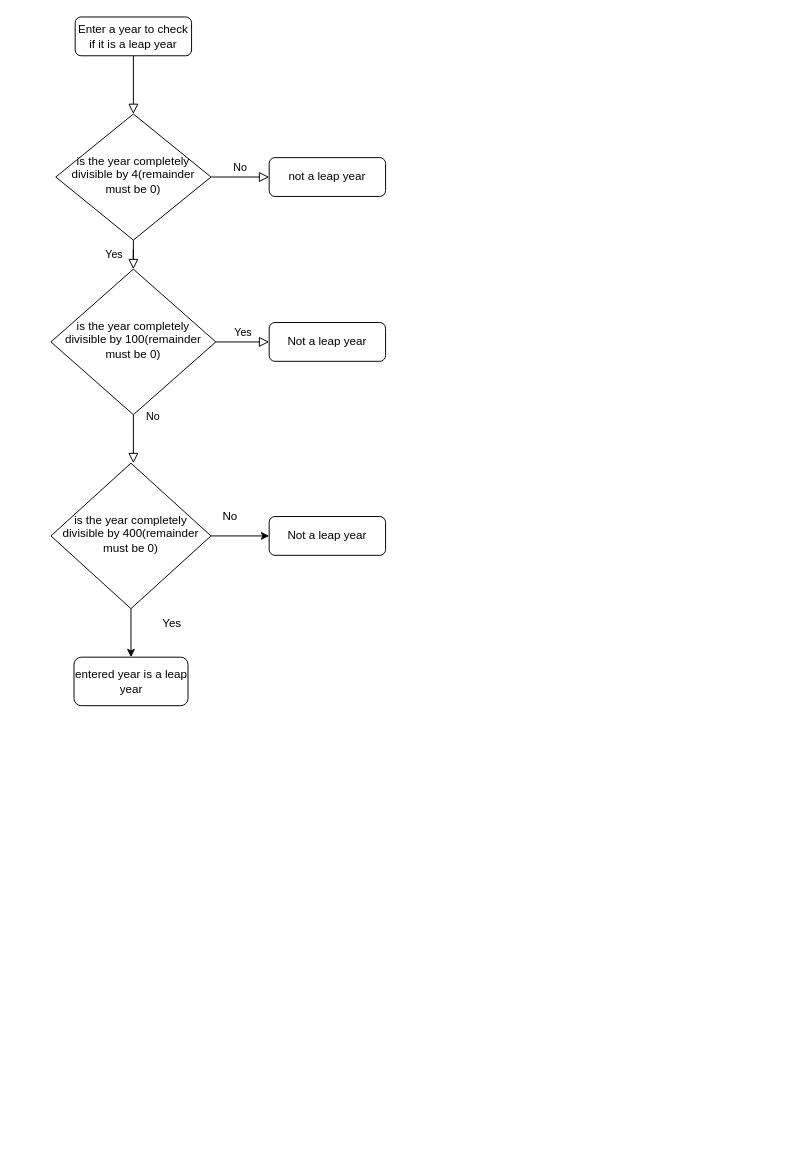
The draw.io diagram Untitled Diagram.drawio in AbhishekMitra-AIT/flowcharts, before the edit. Source tidied: cells renumbered, new cells numbered last; positions are measured from the earlier drawing's top-left corner, leaving out a move shared by most shapes. Both pictures are drawn from the tidied source at 97%, with x=0, y=0 at pixel (50, 16).
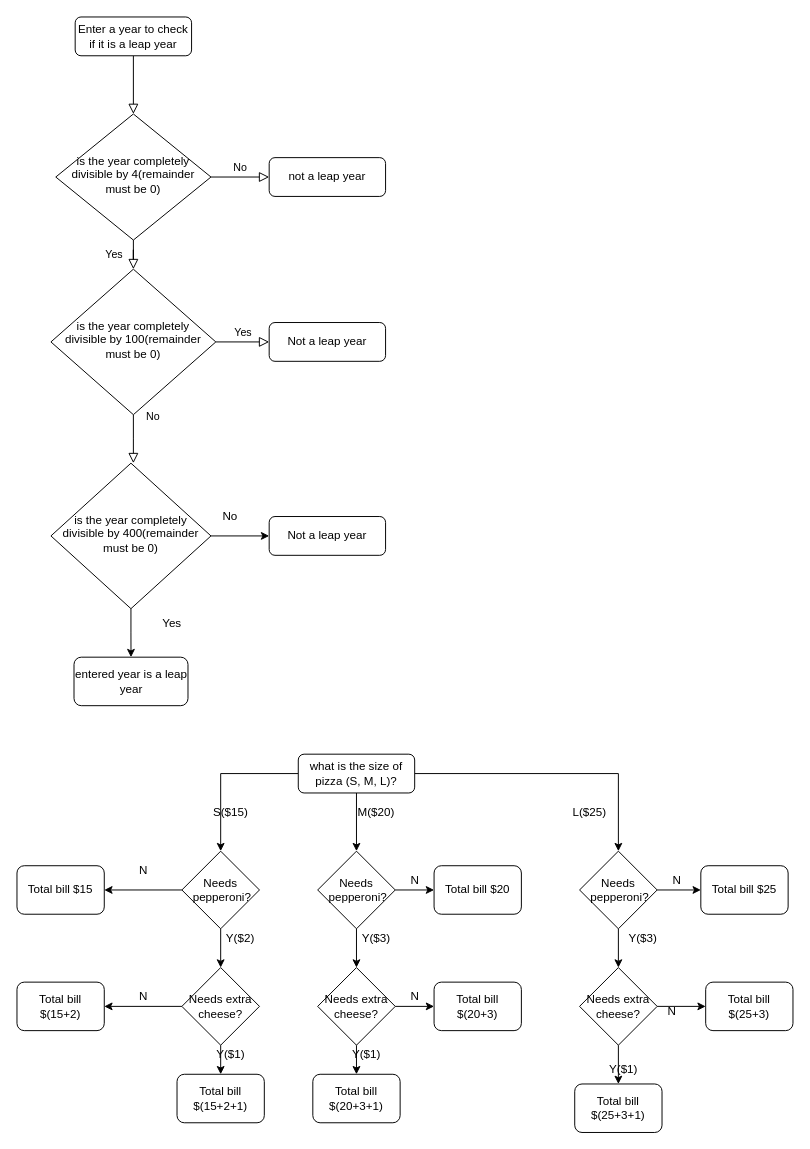
Above is the later version.

The edit, as a diff of the source:
```diff
@@
+    <mxCell id="19" style="edgeStyle=orthogonalEdgeStyle;rounded=0;jettySize=auto;html=1;exitX=0.5;exitY=1;exitDx=0;exitDy=0;entryX=0.5;entryY=0;entryDx=0;entryDy=0;" parent="1" edge="1" source="22" target="25">
+      <mxGeometry relative="1" as="geometry" />
+    </mxCell>
+    <mxCell id="20" style="edgeStyle=orthogonalEdgeStyle;rounded=0;jettySize=auto;html=1;exitX=1;exitY=0.5;exitDx=0;exitDy=0;entryX=0.5;entryY=0;entryDx=0;entryDy=0;" parent="1" edge="1" source="22" target="27">
+      <mxGeometry relative="1" as="geometry" />
+    </mxCell>
+    <mxCell id="21" style="edgeStyle=orthogonalEdgeStyle;rounded=0;jettySize=auto;html=1;exitX=0;exitY=0.5;exitDx=0;exitDy=0;entryX=0.5;entryY=0;entryDx=0;entryDy=0;" parent="1" edge="1" source="22" target="30">
+      <mxGeometry relative="1" as="geometry" />
+    </mxCell>
+    <mxCell id="22" value="what is the size of pizza (S, M, L)?" style="rounded=1;whiteSpace=wrap;html=1;" parent="1" vertex="1">
+      <mxGeometry x="255" y="760" width="120" height="40" as="geometry" />
+    </mxCell>
+    <mxCell id="23" style="edgeStyle=orthogonalEdgeStyle;rounded=0;jettySize=auto;html=1;exitX=1;exitY=0.5;exitDx=0;exitDy=0;" parent="1" edge="1" source="25" target="44">
+      <mxGeometry relative="1" as="geometry" />
+    </mxCell>
+    <mxCell id="24" style="edgeStyle=orthogonalEdgeStyle;rounded=0;jettySize=auto;html=1;exitX=0.5;exitY=1;exitDx=0;exitDy=0;entryX=0.5;entryY=0;entryDx=0;entryDy=0;" parent="1" edge="1" source="25" target="48">
+      <mxGeometry relative="1" as="geometry" />
+    </mxCell>
+    <mxCell id="25" value="Needs &amp;nbsp;pepperoni?" style="rhombus;whiteSpace=wrap;html=1;" parent="1" vertex="1">
+      <mxGeometry x="275" y="860" width="80" height="80" as="geometry" />
+    </mxCell>
+    <mxCell id="26" style="edgeStyle=orthogonalEdgeStyle;rounded=0;jettySize=auto;html=1;exitX=0.5;exitY=1;exitDx=0;exitDy=0;entryX=0.5;entryY=0;entryDx=0;entryDy=0;" parent="1" edge="1" source="27" target="56">
+      <mxGeometry relative="1" as="geometry" />
+    </mxCell>
+    <mxCell id="27" value="Needs &amp;nbsp;pepperoni?" style="rhombus;whiteSpace=wrap;html=1;" parent="1" vertex="1">
+      <mxGeometry x="545" y="860" width="80" height="80" as="geometry" />
+    </mxCell>
+    <mxCell id="28" style="edgeStyle=orthogonalEdgeStyle;rounded=0;jettySize=auto;html=1;exitX=0.5;exitY=1;exitDx=0;exitDy=0;entryX=0.5;entryY=0;entryDx=0;entryDy=0;" parent="1" edge="1" source="30" target="33">
+      <mxGeometry relative="1" as="geometry" />
+    </mxCell>
+    <mxCell id="29" style="edgeStyle=orthogonalEdgeStyle;rounded=0;jettySize=auto;html=1;exitX=0;exitY=0.5;exitDx=0;exitDy=0;entryX=1;entryY=0.5;entryDx=0;entryDy=0;" parent="1" edge="1" source="30" target="34">
+      <mxGeometry relative="1" as="geometry" />
+    </mxCell>
+    <mxCell id="30" value="Needs &amp;nbsp;pepperoni?" style="rhombus;whiteSpace=wrap;html=1;" parent="1" vertex="1">
+      <mxGeometry x="135" y="860" width="80" height="80" as="geometry" />
+    </mxCell>
+    <mxCell id="31" style="edgeStyle=orthogonalEdgeStyle;rounded=0;jettySize=auto;html=1;exitX=0;exitY=0.5;exitDx=0;exitDy=0;entryX=1;entryY=0.5;entryDx=0;entryDy=0;" parent="1" edge="1" source="33" target="40">
+      <mxGeometry relative="1" as="geometry" />
+    </mxCell>
+    <mxCell id="32" style="edgeStyle=orthogonalEdgeStyle;rounded=0;jettySize=auto;html=1;exitX=0.5;exitY=1;exitDx=0;exitDy=0;entryX=0.5;entryY=0;entryDx=0;entryDy=0;" parent="1" edge="1" source="33" target="42">
+      <mxGeometry relative="1" as="geometry" />
+    </mxCell>
+    <mxCell id="33" value="Needs extra cheese?" style="rhombus;whiteSpace=wrap;html=1;" parent="1" vertex="1">
+      <mxGeometry x="135" y="980" width="80" height="80" as="geometry" />
+    </mxCell>
+    <mxCell id="34" value="Total bill $15" style="rounded=1;whiteSpace=wrap;html=1;" parent="1" vertex="1">
+      <mxGeometry x="-35" y="875" width="90" height="50" as="geometry" />
+    </mxCell>
+    <mxCell id="35" value="N" style="text;html=1;align=center;verticalAlign=middle;strokeColor=none;fillColor=none;" parent="1" vertex="1">
+      <mxGeometry x="80" y="865" width="30" height="30" as="geometry" />
+    </mxCell>
+    <mxCell id="36" value="Y($2)" style="text;html=1;align=center;verticalAlign=middle;strokeColor=none;fillColor=none;" parent="1" vertex="1">
+      <mxGeometry x="170" y="935" width="50" height="30" as="geometry" />
+    </mxCell>
+    <mxCell id="37" value="S($15)" style="text;html=1;align=center;verticalAlign=middle;strokeColor=none;fillColor=none;" parent="1" vertex="1">
+      <mxGeometry x="155" y="805" width="60" height="30" as="geometry" />
+    </mxCell>
+    <mxCell id="38" value="M($20)" style="text;html=1;align=center;verticalAlign=middle;strokeColor=none;fillColor=none;" parent="1" vertex="1">
+      <mxGeometry x="305" y="805" width="60" height="30" as="geometry" />
+    </mxCell>
+    <mxCell id="39" value="L($25)" style="text;html=1;align=center;verticalAlign=middle;strokeColor=none;fillColor=none;" parent="1" vertex="1">
+      <mxGeometry x="525" y="805" width="60" height="30" as="geometry" />
+    </mxCell>
+    <mxCell id="40" value="Total bill $(15+2)" style="rounded=1;whiteSpace=wrap;html=1;" parent="1" vertex="1">
+      <mxGeometry x="-35" y="995" width="90" height="50" as="geometry" />
+    </mxCell>
+    <mxCell id="41" value="N" style="text;html=1;align=center;verticalAlign=middle;strokeColor=none;fillColor=none;" parent="1" vertex="1">
+      <mxGeometry x="80" y="995" width="30" height="30" as="geometry" />
+    </mxCell>
+    <mxCell id="42" value="Total bill $(15+2+1)" style="rounded=1;whiteSpace=wrap;html=1;" parent="1" vertex="1">
+      <mxGeometry x="130" y="1090" width="90" height="50" as="geometry" />
+    </mxCell>
+    <mxCell id="43" value="Y($1)" style="text;html=1;align=center;verticalAlign=middle;strokeColor=none;fillColor=none;" parent="1" vertex="1">
+      <mxGeometry x="160" y="1055" width="50" height="30" as="geometry" />
+    </mxCell>
+    <mxCell id="44" value="Total bill $20" style="rounded=1;whiteSpace=wrap;html=1;" parent="1" vertex="1">
+      <mxGeometry x="395" y="875" width="90" height="50" as="geometry" />
+    </mxCell>
+    <mxCell id="45" value="N" style="text;html=1;align=center;verticalAlign=middle;strokeColor=none;fillColor=none;" parent="1" vertex="1">
+      <mxGeometry x="360" y="875" width="30" height="30" as="geometry" />
+    </mxCell>
+    <mxCell id="46" style="edgeStyle=orthogonalEdgeStyle;rounded=0;jettySize=auto;html=1;exitX=0.5;exitY=1;exitDx=0;exitDy=0;entryX=0.5;entryY=0;entryDx=0;entryDy=0;" parent="1" edge="1" source="48" target="51">
+      <mxGeometry relative="1" as="geometry" />
+    </mxCell>
+    <mxCell id="47" style="edgeStyle=orthogonalEdgeStyle;rounded=0;jettySize=auto;html=1;exitX=1;exitY=0.5;exitDx=0;exitDy=0;entryX=0;entryY=0.5;entryDx=0;entryDy=0;" parent="1" edge="1" source="48" target="49">
+      <mxGeometry relative="1" as="geometry" />
+    </mxCell>
+    <mxCell id="48" value="Needs extra cheese?" style="rhombus;whiteSpace=wrap;html=1;" parent="1" vertex="1">
+      <mxGeometry x="275" y="980" width="80" height="80" as="geometry" />
+    </mxCell>
+    <mxCell id="49" value="Total bill $(20+3)" style="rounded=1;whiteSpace=wrap;html=1;" parent="1" vertex="1">
+      <mxGeometry x="395" y="995" width="90" height="50" as="geometry" />
+    </mxCell>
+    <mxCell id="50" value="N" style="text;html=1;align=center;verticalAlign=middle;strokeColor=none;fillColor=none;" parent="1" vertex="1">
+      <mxGeometry x="360" y="995" width="30" height="30" as="geometry" />
+    </mxCell>
+    <mxCell id="51" value="Total bill $(20+3+1)" style="rounded=1;whiteSpace=wrap;html=1;" parent="1" vertex="1">
+      <mxGeometry x="270" y="1090" width="90" height="50" as="geometry" />
+    </mxCell>
+    <mxCell id="52" value="Y($1)" style="text;html=1;align=center;verticalAlign=middle;strokeColor=none;fillColor=none;" parent="1" vertex="1">
+      <mxGeometry x="300" y="1055" width="50" height="30" as="geometry" />
+    </mxCell>
+    <mxCell id="53" value="Y($3)" style="text;html=1;align=center;verticalAlign=middle;strokeColor=none;fillColor=none;" parent="1" vertex="1">
+      <mxGeometry x="310" y="935" width="50" height="30" as="geometry" />
+    </mxCell>
+    <mxCell id="54" style="edgeStyle=orthogonalEdgeStyle;rounded=0;jettySize=auto;html=1;exitX=0.5;exitY=1;exitDx=0;exitDy=0;entryX=0.5;entryY=0;entryDx=0;entryDy=0;" parent="1" edge="1" source="56" target="59">
+      <mxGeometry relative="1" as="geometry" />
+    </mxCell>
+    <mxCell id="55" style="edgeStyle=orthogonalEdgeStyle;rounded=0;jettySize=auto;html=1;exitX=1;exitY=0.5;exitDx=0;exitDy=0;entryX=0;entryY=0.5;entryDx=0;entryDy=0;" parent="1" edge="1" source="56" target="57">
+      <mxGeometry relative="1" as="geometry" />
+    </mxCell>
+    <mxCell id="56" value="Needs extra cheese?" style="rhombus;whiteSpace=wrap;html=1;" parent="1" vertex="1">
+      <mxGeometry x="545" y="980" width="80" height="80" as="geometry" />
+    </mxCell>
+    <mxCell id="57" value="Total bill $(25+3)" style="rounded=1;whiteSpace=wrap;html=1;" parent="1" vertex="1">
+      <mxGeometry x="675" y="995" width="90" height="50" as="geometry" />
+    </mxCell>
+    <mxCell id="58" value="N" style="text;html=1;align=center;verticalAlign=middle;strokeColor=none;fillColor=none;" parent="1" vertex="1">
+      <mxGeometry x="625" y="1010" width="30" height="30" as="geometry" />
+    </mxCell>
+    <mxCell id="59" value="Total bill $(25+3+1)" style="rounded=1;whiteSpace=wrap;html=1;" parent="1" vertex="1">
+      <mxGeometry x="540" y="1100" width="90" height="50" as="geometry" />
+    </mxCell>
+    <mxCell id="60" value="Y($1)" style="text;html=1;align=center;verticalAlign=middle;strokeColor=none;fillColor=none;" parent="1" vertex="1">
+      <mxGeometry x="565" y="1070" width="50" height="30" as="geometry" />
+    </mxCell>
+    <mxCell id="61" value="Y($3)" style="text;html=1;align=center;verticalAlign=middle;strokeColor=none;fillColor=none;" parent="1" vertex="1">
+      <mxGeometry x="585" y="935" width="50" height="30" as="geometry" />
+    </mxCell>
+    <mxCell id="62" style="edgeStyle=orthogonalEdgeStyle;rounded=0;jettySize=auto;html=1;exitX=1;exitY=0.5;exitDx=0;exitDy=0;" parent="1" edge="1" source="27" target="63">
+      <mxGeometry relative="1" as="geometry" />
+    </mxCell>
+    <mxCell id="63" value="Total bill $25" style="rounded=1;whiteSpace=wrap;html=1;" parent="1" vertex="1">
+      <mxGeometry x="670" y="875" width="90" height="50" as="geometry" />
+    </mxCell>
+    <mxCell id="64" value="N" style="text;html=1;align=center;verticalAlign=middle;strokeColor=none;fillColor=none;" parent="1" vertex="1">
+      <mxGeometry x="630" y="875" width="30" height="30" as="geometry" />
+    </mxCell>
```
